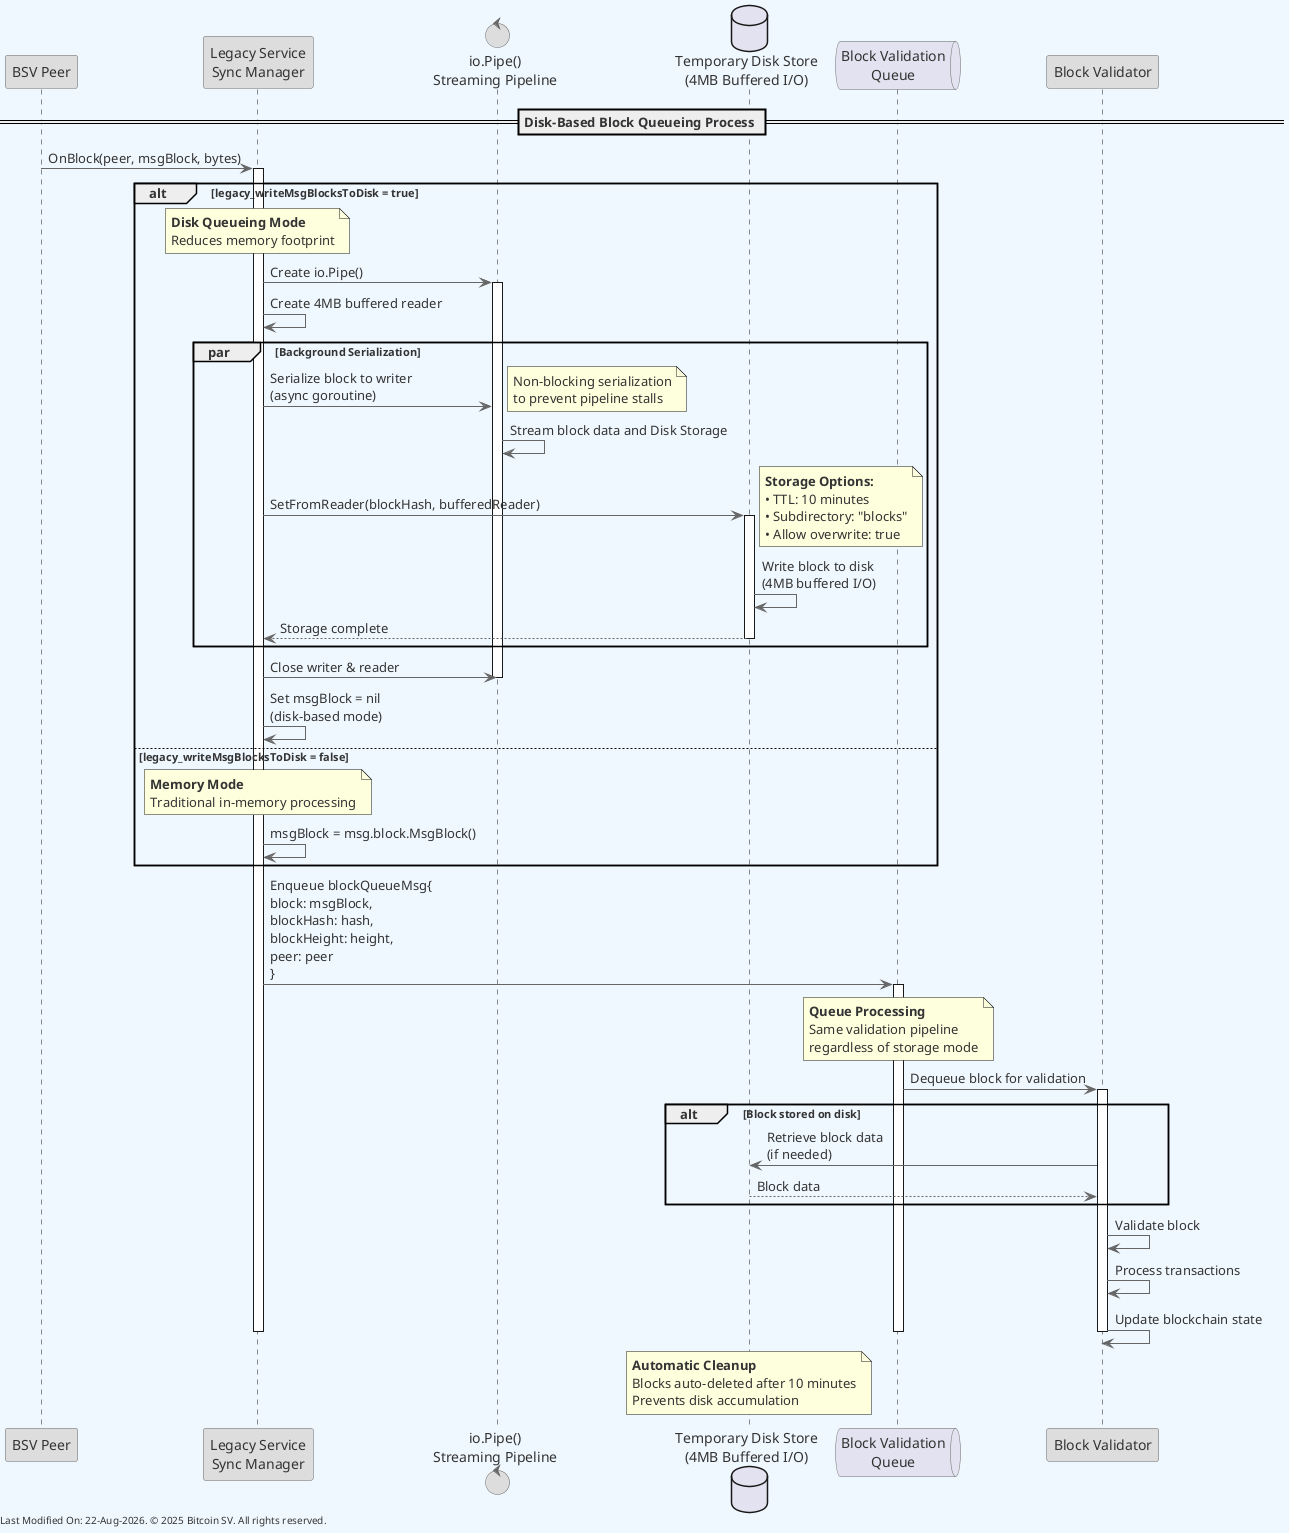
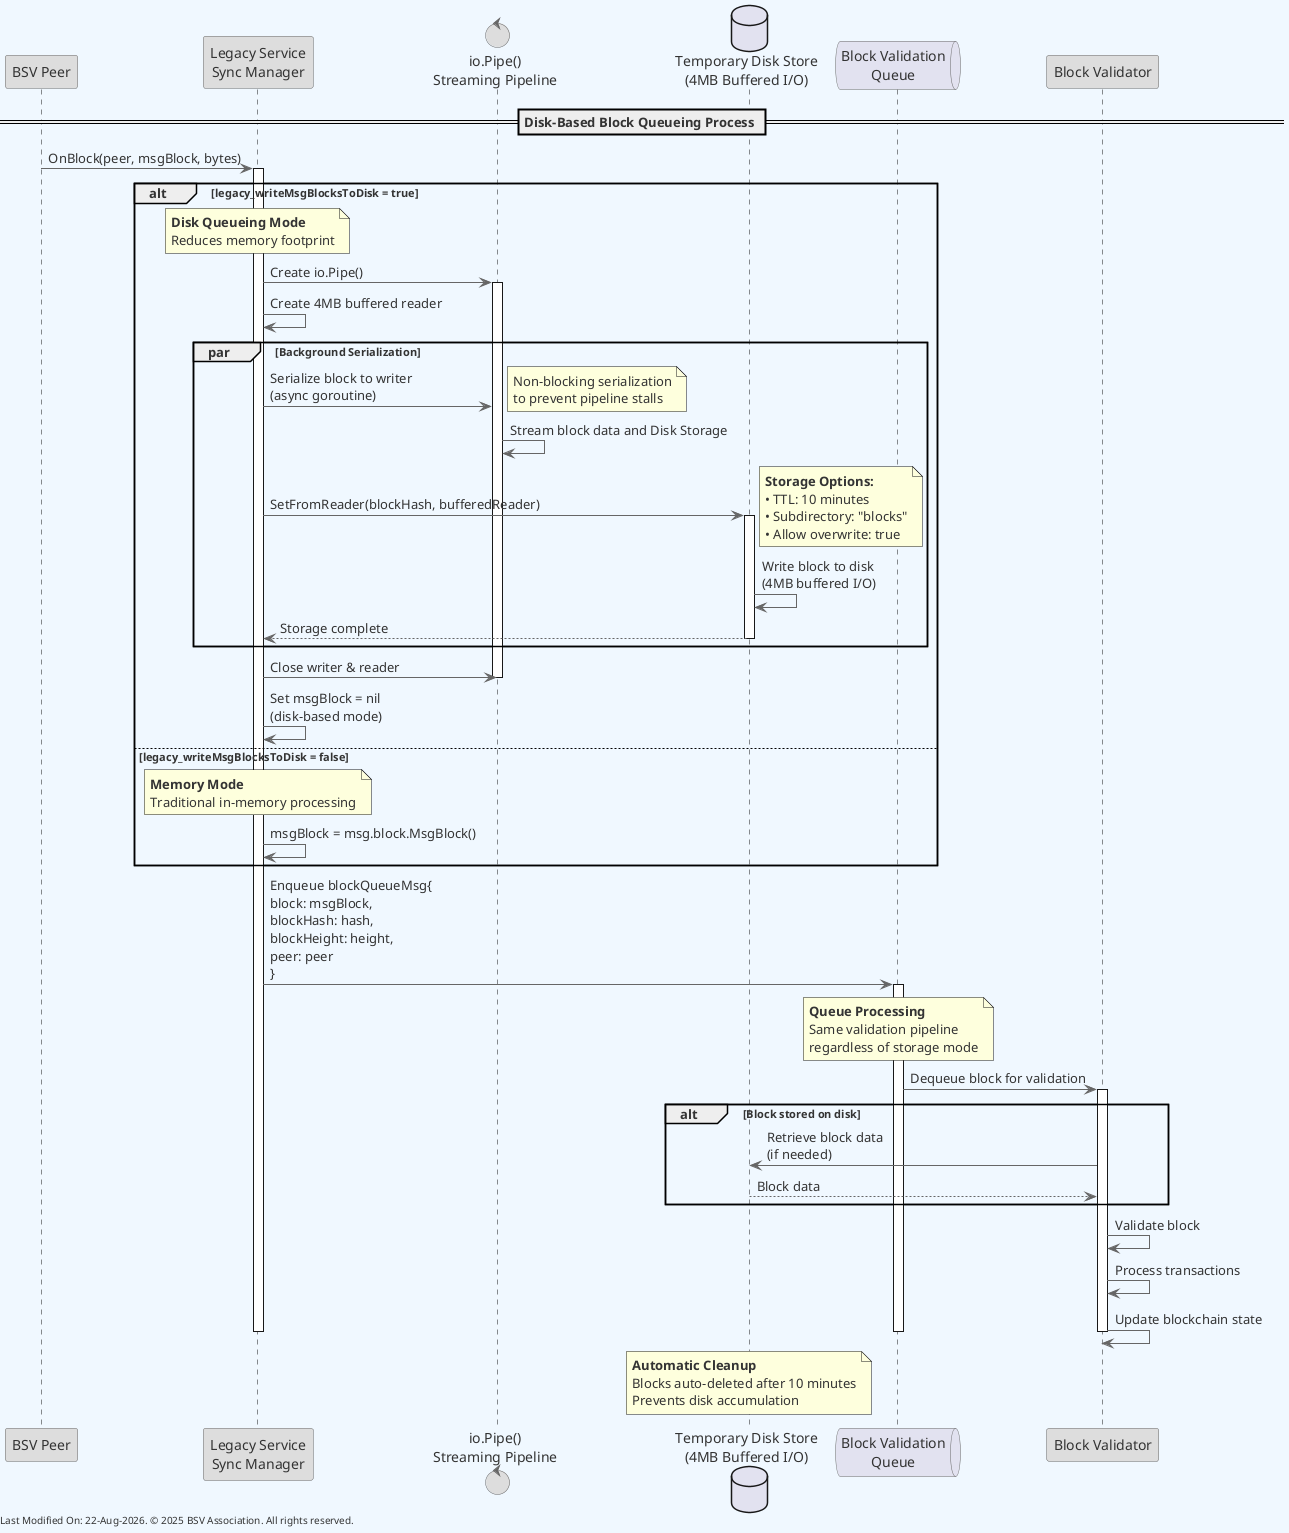
@startuml disk_block_queueing
skinparam backgroundColor #F0F8FF
skinparam defaultFontColor #333333
skinparam arrowColor #666666

' Define borders for all elements
skinparam entity {
  BorderColor #666666
  BackgroundColor #DDDDDD
}

skinparam control {
  BorderColor #666666
  BackgroundColor #DDDDDD
}

skinparam participant {
  BorderColor #666666
  BackgroundColor #DDDDDD
}

skinparam queue {
  BorderColor #666666
  BackgroundColor #E2E2F0
}

participant "BSV Peer" as peer
participant "Legacy Service\nSync Manager" as syncMgr
control "io.Pipe()\nStreaming Pipeline" as pipe
database "Temporary Disk Store\n(4MB Buffered I/O)" as tempStore
queue "Block Validation\nQueue" as blockQueue
participant "Block Validator" as validator

== Disk-Based Block Queueing Process ==

peer -> syncMgr : OnBlock(peer, msgBlock, bytes)
activate syncMgr

alt legacy_writeMsgBlocksToDisk = true
    note over syncMgr : **Disk Queueing Mode**\nReduces memory footprint

    syncMgr -> pipe : Create io.Pipe()
    activate pipe

    syncMgr -> syncMgr : Create 4MB buffered reader

    par Background Serialization
        syncMgr -> pipe : Serialize block to writer\n(async goroutine)
        note right : Non-blocking serialization\nto prevent pipeline stalls
        pipe -> pipe : Stream block data and Disk Storage
        syncMgr -> tempStore : SetFromReader(blockHash, bufferedReader)
        note right : **Storage Options:**\n• TTL: 10 minutes\n• Subdirectory: "blocks"\n• Allow overwrite: true
        activate tempStore
        tempStore -> tempStore : Write block to disk\n(4MB buffered I/O)
        tempStore --> syncMgr : Storage complete
        deactivate tempStore
    end

    syncMgr -> pipe : Close writer & reader
    deactivate pipe

    syncMgr -> syncMgr : Set msgBlock = nil\n(disk-based mode)

else legacy_writeMsgBlocksToDisk = false
    note over syncMgr : **Memory Mode**\nTraditional in-memory processing
    syncMgr -> syncMgr : msgBlock = msg.block.MsgBlock()
end

syncMgr -> blockQueue : Enqueue blockQueueMsg{\nblock: msgBlock,\nblockHash: hash,\nblockHeight: height,\npeer: peer\n}
activate blockQueue

note over blockQueue : **Queue Processing**\nSame validation pipeline\nregardless of storage mode

blockQueue -> validator : Dequeue block for validation
activate validator

alt Block stored on disk
    validator -> tempStore : Retrieve block data\n(if needed)
    tempStore --> validator : Block data
end

validator -> validator : Validate block
validator -> validator : Process transactions
validator -> validator : Update blockchain state

deactivate validator
deactivate blockQueue

note over tempStore : **Automatic Cleanup**\nBlocks auto-deleted after 10 minutes\nPrevents disk accumulation

deactivate syncMgr

- left footer "Legacy Service - Disk-Based Block Queueing \n Last Modified On: %date("dd-MMM-yyyy"). © 2025 Bitcoin SV. All rights reserved."
+ left footer "Legacy Service - Disk-Based Block Queueing \n Last Modified On: %date("dd-MMM-yyyy"). © 2025 BSV Association. All rights reserved."

- left footer "Last Modified On: %date("dd-MMM-yyyy"). © 2025 Bitcoin SV. All rights reserved."
+ left footer "Last Modified On: %date("dd-MMM-yyyy"). © 2025 BSV Association. All rights reserved."

@enduml
